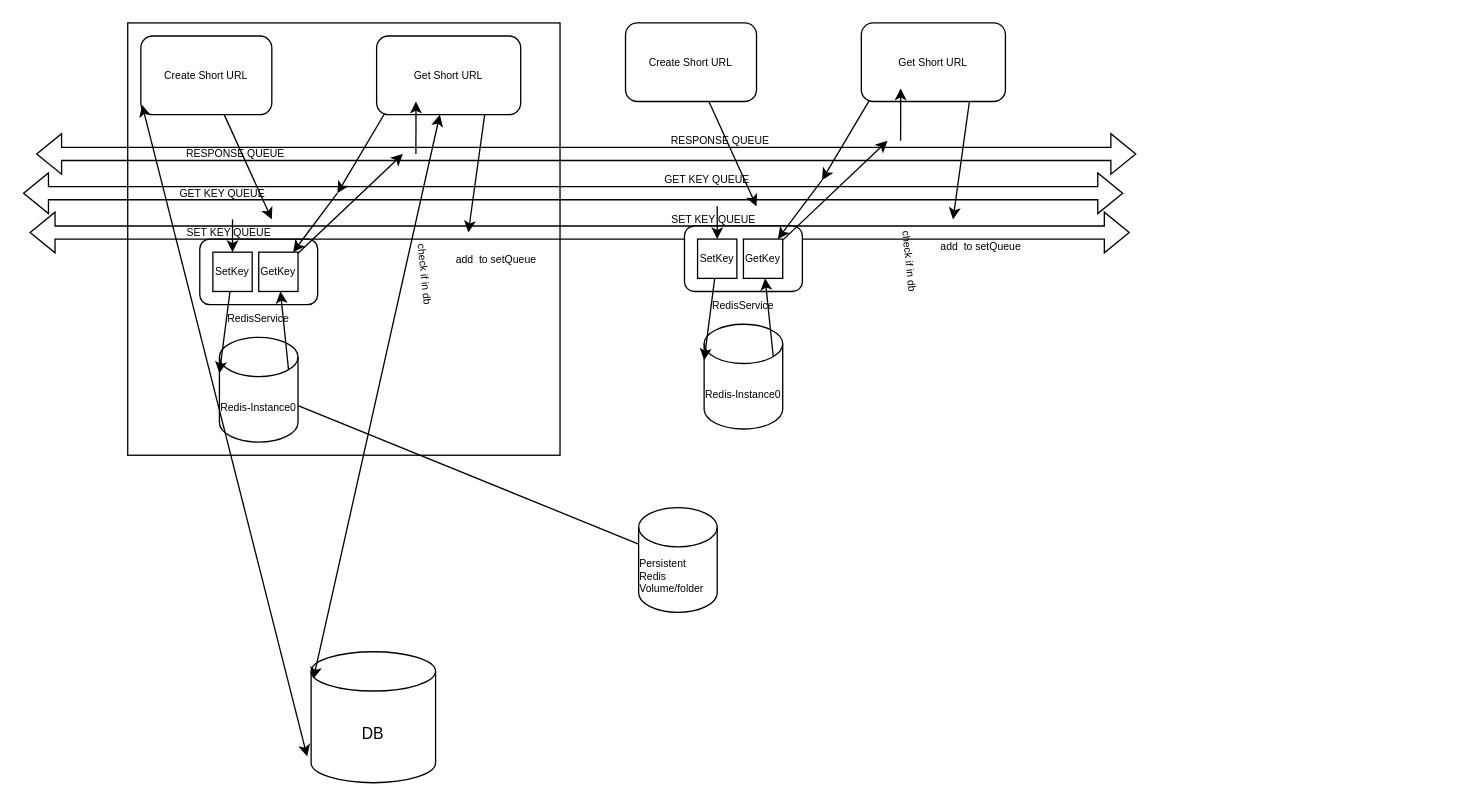
Before: Data/Untitled Diagram.drawio in grumpycornball/SystemDesign, a draw.io diagram. Source tidied: cells renumbered, new cells numbered last; positions are measured from the earlier drawing's top-left corner, leaving out a move shared by most shapes. Both pictures are drawn from the tidied source at 131%, with x=0, y=0 at pixel (22, 22).
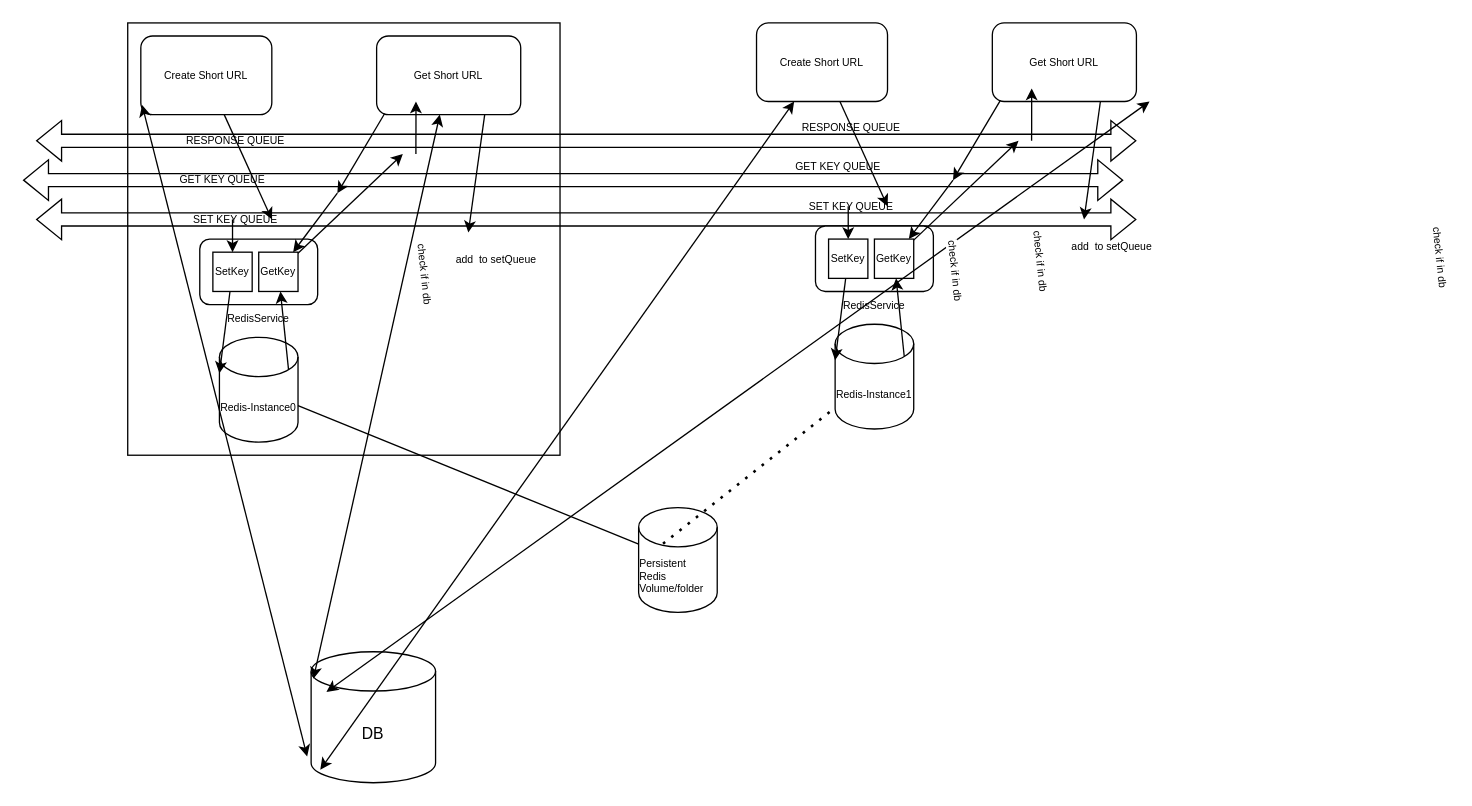
After the change.

The change refers to these unchanged cells:
```xml
<mxCell id="8" value="&lt;div align=&quot;justify&quot;&gt;Persistent Redis&lt;/div&gt;&lt;div align=&quot;justify&quot;&gt;Volume/folder&lt;/div&gt;" style="shape=cylinder3;whiteSpace=wrap;html=1;boundedLbl=1;backgroundOutline=1;size=15;fontSize=8;" parent="1" vertex="1">
  <mxGeometry x="470" y="370" width="60" height="80" as="geometry" />
</mxCell>
<mxCell id="18" style="endArrow=classic;startArrow=classic;html=1;rounded=0;fontSize=8;exitX=0.018;exitY=0.207;exitDx=0;exitDy=0;exitPerimeter=0;" parent="1" edge="1" source="2" target="17">
  <mxGeometry relative="1" as="geometry" />
</mxCell>
```

Diff of the diagram source:
```diff
@@
     <mxCell id="10" style="shape=flexArrow;endArrow=classic;startArrow=classic;html=1;rounded=0;fontSize=8;" parent="1" edge="1">
       <mxGeometry relative="1" as="geometry">
-        <mxPoint y="130" as="sourcePoint" />
-        <mxPoint x="840" y="130" as="targetPoint" />
+        <mxPoint y="120" as="sourcePoint" />
+        <mxPoint x="840" y="120" as="targetPoint" />
       </mxGeometry>
     </mxCell>
@@
     <mxCell id="12" value="GET KEY QUEUE" style="edgeLabel;html=1;align=center;verticalAlign=middle;fontSize=8;labelBackgroundColor=none;" parent="10" vertex="1">
       <mxGeometry x="-0.64" y="1" relative="1" as="geometry">
-        <mxPoint x="370" y="-10" as="offset" />
+        <mxPoint x="470" y="-10" as="offset" />
       </mxGeometry>
     </mxCell>
@@
     <mxCell id="20" value="check if in db" style="edgeLabel;html=1;align=center;verticalAlign=middle;fontSize=8;rotation=84;" parent="18" vertex="1">
       <mxGeometry x="0.49" y="-3" relative="1" as="geometry">
-        <mxPoint x="381" y="1" as="offset" />
+        <mxPoint x="481" y="1" as="offset" />
       </mxGeometry>
     </mxCell>
@@
     <mxCell id="24" style="shape=flexArrow;endArrow=classic;startArrow=classic;html=1;rounded=0;fontSize=8;" parent="1" edge="1">
       <mxGeometry relative="1" as="geometry">
-        <mxPoint x="5" y="160" as="sourcePoint" />
-        <mxPoint x="845" y="160" as="targetPoint" />
+        <mxPoint x="10" y="150" as="sourcePoint" />
+        <mxPoint x="850" y="150" as="targetPoint" />
       </mxGeometry>
     </mxCell>
@@
     <mxCell id="26" value="SET KEY QUEUE" style="edgeLabel;html=1;align=center;verticalAlign=middle;fontSize=8;labelBackgroundColor=none;" parent="24" vertex="1">
       <mxGeometry x="-0.64" y="1" relative="1" as="geometry">
-        <mxPoint x="370" y="-10" as="offset" />
+        <mxPoint x="470" y="-10" as="offset" />
       </mxGeometry>
     </mxCell>
@@
     <mxCell id="28" style="shape=flexArrow;endArrow=classic;startArrow=classic;html=1;rounded=0;fontSize=8;" parent="1" edge="1">
       <mxGeometry relative="1" as="geometry">
-        <mxPoint x="10" y="100" as="sourcePoint" />
-        <mxPoint x="850" y="100" as="targetPoint" />
+        <mxPoint x="10" y="90" as="sourcePoint" />
+        <mxPoint x="850" y="90" as="targetPoint" />
       </mxGeometry>
     </mxCell>
@@
     <mxCell id="30" value="RESPONSE QUEUE" style="edgeLabel;html=1;align=center;verticalAlign=middle;fontSize=8;labelBackgroundColor=none;" parent="28" vertex="1">
       <mxGeometry x="-0.64" y="1" relative="1" as="geometry">
-        <mxPoint x="370" y="-10" as="offset" />
+        <mxPoint x="470" y="-10" as="offset" />
       </mxGeometry>
     </mxCell>
@@
-    <mxCell id="34" value="&lt;font style=&quot;font-size: 8px&quot;&gt;Redis-Instance0&lt;/font&gt;" style="shape=cylinder3;whiteSpace=wrap;html=1;boundedLbl=1;backgroundOutline=1;size=15;" parent="1" vertex="1">
-      <mxGeometry x="520" y="230" width="60" height="80" as="geometry" />
+    <mxCell id="34" value="&lt;font style=&quot;font-size: 8px&quot;&gt;Redis-Instance1&lt;/font&gt;" style="shape=cylinder3;whiteSpace=wrap;html=1;boundedLbl=1;backgroundOutline=1;size=15;" parent="1" vertex="1">
+      <mxGeometry x="620" y="230" width="60" height="80" as="geometry" />
     </mxCell>
     <mxCell id="35" value="&lt;div align=&quot;center&quot;&gt;RedisService&lt;/div&gt;" style="rounded=1;whiteSpace=wrap;html=1;fontSize=8;align=center;labelPosition=center;verticalLabelPosition=bottom;verticalAlign=top;" parent="1" vertex="1">
-      <mxGeometry x="505" y="155" width="90" height="50" as="geometry" />
+      <mxGeometry x="605" y="155" width="90" height="50" as="geometry" />
     </mxCell>
     <mxCell id="36" value="SetKey" style="whiteSpace=wrap;html=1;fontSize=8;" parent="1" vertex="1">
-      <mxGeometry x="515" y="165" width="30" height="30" as="geometry" />
+      <mxGeometry x="615" y="165" width="30" height="30" as="geometry" />
     </mxCell>
     <mxCell id="37" value="GetKey" style="whiteSpace=wrap;html=1;fontSize=8;" parent="1" vertex="1">
-      <mxGeometry x="550" y="165" width="30" height="30" as="geometry" />
+      <mxGeometry x="650" y="165" width="30" height="30" as="geometry" />
     </mxCell>
     <mxCell id="38" style="endArrow=classic;html=1;rounded=0;fontSize=8;" parent="1" edge="1" target="36">
       <mxGeometry relative="1" as="geometry">
-        <mxPoint x="530" y="140" as="sourcePoint" />
+        <mxPoint x="630" y="140" as="sourcePoint" />
       </mxGeometry>
     </mxCell>
     <mxCell id="39" value="&lt;div align=&quot;center&quot;&gt;Create Short URL&lt;br&gt;&lt;/div&gt;" style="rounded=1;whiteSpace=wrap;html=1;labelBackgroundColor=none;fontSize=8;labelPosition=center;verticalLabelPosition=middle;align=center;verticalAlign=middle;" parent="1" vertex="1">
-      <mxGeometry x="460" width="100" height="60" as="geometry" />
+      <mxGeometry x="560" width="100" height="60" as="geometry" />
     </mxCell>
@@
     <mxCell id="42" value="Get Short URL" style="rounded=1;whiteSpace=wrap;html=1;labelBackgroundColor=none;fontSize=8;labelPosition=center;verticalLabelPosition=middle;align=center;verticalAlign=middle;" parent="1" vertex="1">
-      <mxGeometry x="640" width="110" height="60" as="geometry" />
+      <mxGeometry x="740" width="110" height="60" as="geometry" />
     </mxCell>
     <mxCell id="43" value="add&amp;nbsp; to setQueue" style="endArrow=classic;html=1;rounded=0;fontSize=8;exitX=0.75;exitY=1;exitDx=0;exitDy=0;" parent="1" edge="1" source="42">
       <mxGeometry x="1" y="22" relative="1" as="geometry">
-        <mxPoint x="710" y="150" as="targetPoint" />
+        <mxPoint x="810" y="150" as="targetPoint" />
         <mxPoint x="-1" y="18" as="offset" />
       </mxGeometry>
     </mxCell>
     <mxCell id="44" style="endArrow=classic;html=1;rounded=0;fontSize=8;" parent="1" edge="1" source="39">
       <mxGeometry relative="1" as="geometry">
-        <mxPoint x="560" y="140" as="targetPoint" />
+        <mxPoint x="660" y="140" as="targetPoint" />
       </mxGeometry>
     </mxCell>
     <mxCell id="45" style="endArrow=classic;html=1;rounded=0;labelBorderColor=none;fontSize=8;fontColor=default;" parent="1" edge="1" target="37">
       <mxGeometry relative="1" as="geometry">
-        <mxPoint x="610" y="120" as="sourcePoint" />
+        <mxPoint x="710" y="120" as="sourcePoint" />
       </mxGeometry>
     </mxCell>
     <mxCell id="46" style="endArrow=classic;html=1;rounded=0;labelBorderColor=none;fontSize=8;fontColor=default;exitX=0.056;exitY=0.986;exitDx=0;exitDy=0;exitPerimeter=0;" parent="1" edge="1" source="42">
       <mxGeometry relative="1" as="geometry">
-        <mxPoint x="610" y="120" as="targetPoint" />
+        <mxPoint x="710" y="120" as="targetPoint" />
       </mxGeometry>
     </mxCell>
     <mxCell id="47" style="endArrow=classic;html=1;rounded=0;labelBorderColor=none;fontSize=8;fontColor=default;" parent="1" edge="1" source="37">
       <mxGeometry relative="1" as="geometry">
-        <mxPoint x="660" y="90" as="targetPoint" />
+        <mxPoint x="760" y="90" as="targetPoint" />
       </mxGeometry>
     </mxCell>
     <mxCell id="48" style="endArrow=classic;html=1;rounded=0;labelBorderColor=none;fontSize=8;fontColor=default;entryX=0.273;entryY=0.833;entryDx=0;entryDy=0;entryPerimeter=0;" parent="1" edge="1" target="42">
       <mxGeometry relative="1" as="geometry">
-        <mxPoint x="670" y="90" as="sourcePoint" />
+        <mxPoint x="770" y="90" as="sourcePoint" />
       </mxGeometry>
     </mxCell>
+    <mxCell id="49" style="endArrow=classic;startArrow=classic;html=1;rounded=0;fontSize=8;entryX=-0.032;entryY=0.8;entryDx=0;entryDy=0;entryPerimeter=0;" parent="1" edge="1" source="39">
+      <mxGeometry relative="1" as="geometry">
+        <mxPoint x="227" y="570" as="targetPoint" />
+      </mxGeometry>
+    </mxCell>
+    <mxCell id="50" style="endArrow=classic;startArrow=classic;html=1;rounded=0;fontSize=8;exitX=0.018;exitY=0.207;exitDx=0;exitDy=0;exitPerimeter=0;entryX=1.091;entryY=1;entryDx=0;entryDy=0;entryPerimeter=0;" parent="1" edge="1" target="42">
+      <mxGeometry relative="1" as="geometry">
+        <mxPoint x="231.7" y="510.7" as="sourcePoint" />
+      </mxGeometry>
+    </mxCell>
+    <mxCell id="51" value="check if in db" style="edgeLabel;html=1;align=center;verticalAlign=middle;fontSize=8;rotation=84;" parent="50" vertex="1">
+      <mxGeometry x="0.49" y="-3" relative="1" as="geometry">
+        <mxPoint x="11" y="11" as="offset" />
+      </mxGeometry>
+    </mxCell>
+    <mxCell id="52" value="check if in db" style="edgeLabel;html=1;align=center;verticalAlign=middle;fontSize=8;rotation=84;" parent="50" vertex="1">
+      <mxGeometry x="0.49" y="-3" relative="1" as="geometry">
+        <mxPoint x="381" y="1" as="offset" />
+      </mxGeometry>
+    </mxCell>
+    <mxCell id="53" style="endArrow=none;dashed=1;html=1;dashPattern=1 3;strokeWidth=2;rounded=0;labelBorderColor=none;fontSize=8;fontColor=default;exitX=0.311;exitY=0.344;exitDx=0;exitDy=0;exitPerimeter=0;" parent="1" edge="1" source="8" target="34">
+      <mxGeometry relative="1" as="geometry" />
+    </mxCell>
```
